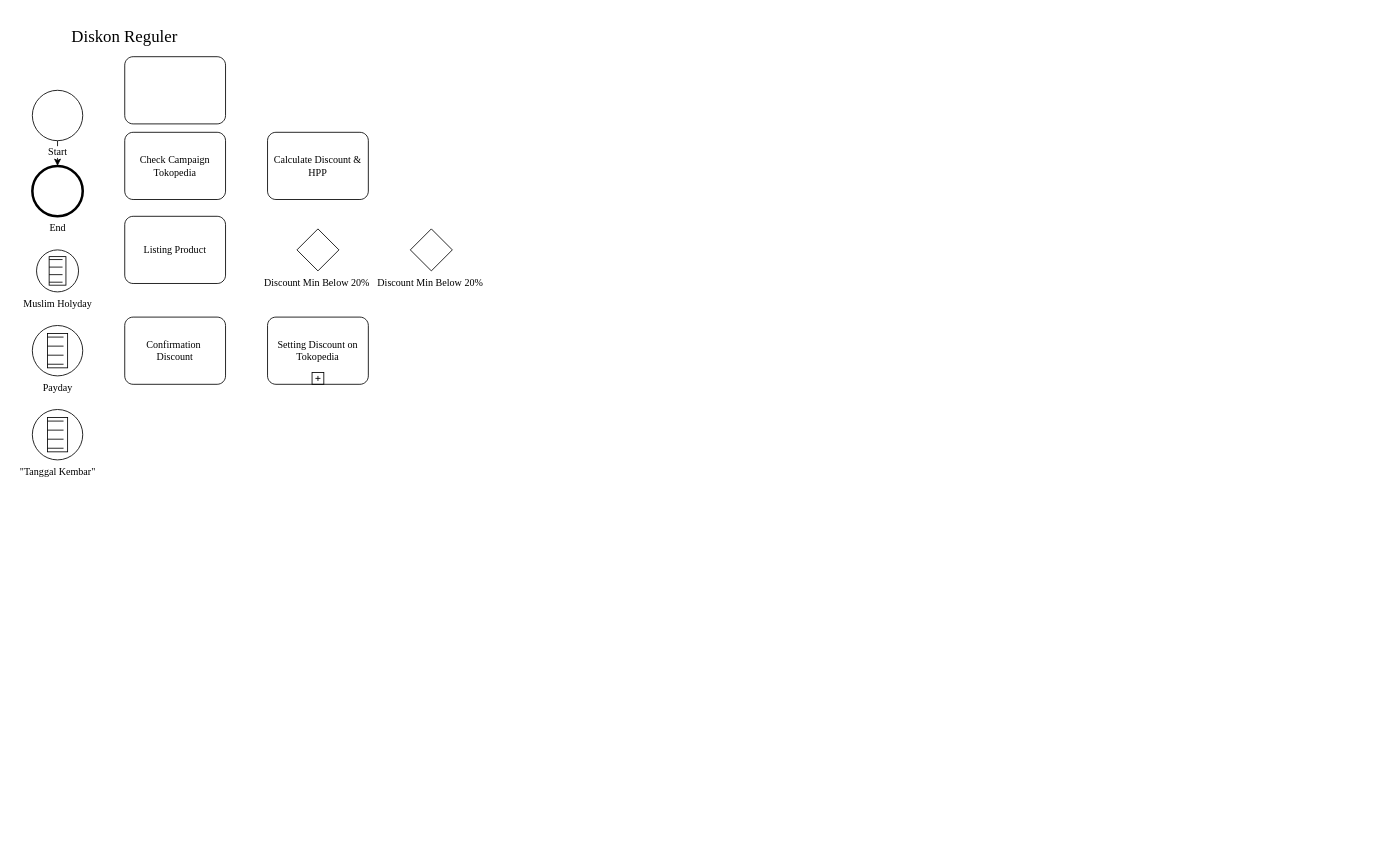
The draw.io diagram BPMN-KP-Coba.drawio in xoghub/diagrams, before the edit. Source tidied: cells renumbered, new cells numbered last; positions are measured from the earlier drawing's top-left corner, leaving out a move shared by most shapes. Both pictures are drawn from the tidied source at 84%, with x=0, y=0 at pixel (32, 14).
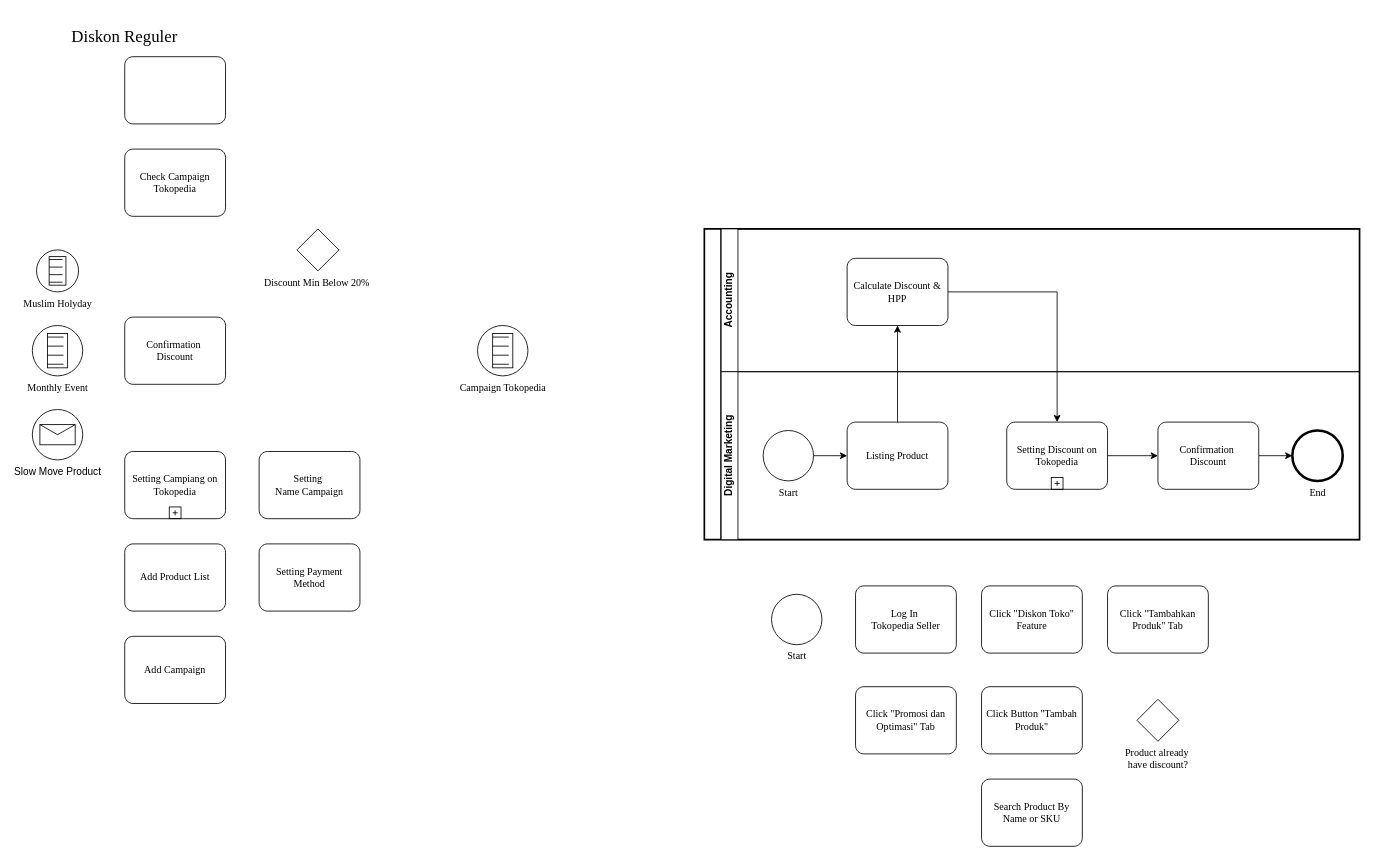
The same diagram, later.

The edit, as a diff of the source:
```diff
@@
-    <mxCell id="2" value="Listing Product" style="points=[[0.25,0,0],[0.5,0,0],[0.75,0,0],[1,0.25,0],[1,0.5,0],[1,0.75,0],[0.75,1,0],[0.5,1,0],[0.25,1,0],[0,0.75,0],[0,0.5,0],[0,0.25,0]];shape=mxgraph.bpmn.task;whiteSpace=wrap;rectStyle=rounded;size=10;html=1;taskMarker=abstract;fontFamily=Times New Roman;" parent="1" vertex="1">
-      <mxGeometry x="110" y="240" width="120" height="80" as="geometry" />
-    </mxCell>
@@
-    <mxCell id="4" style="edgeStyle=orthogonalEdgeStyle;rounded=0;jettySize=auto;html=1;fontFamily=Times New Roman;" parent="1" edge="1" source="5" target="9">
-      <mxGeometry relative="1" as="geometry" />
-    </mxCell>
-    <mxCell id="5" value="Start" style="points=[[0.145,0.145,0],[0.5,0,0],[0.855,0.145,0],[1,0.5,0],[0.855,0.855,0],[0.5,1,0],[0.145,0.855,0],[0,0.5,0]];shape=mxgraph.bpmn.event;html=1;verticalLabelPosition=bottom;labelBackgroundColor=#ffffff;verticalAlign=top;align=center;perimeter=ellipsePerimeter;outlineConnect=0;outline=standard;symbol=general;fontFamily=Times New Roman;" parent="1" vertex="1">
-      <mxGeometry y="90" width="60" height="60" as="geometry" />
-    </mxCell>
     <mxCell id="6" value="Check Campaign Tokopedia" style="shape=mxgraph.bpmn.task;whiteSpace=wrap;rectStyle=rounded;size=10;html=1;taskMarker=abstract;fontFamily=Times New Roman;" parent="1" vertex="1">
-      <mxGeometry x="110" y="140" width="120" height="80" as="geometry" />
+      <mxGeometry x="110" y="160" width="120" height="80" as="geometry" />
     </mxCell>
-    <mxCell id="7" value="Calculate Discount &amp;amp; HPP" style="points=[[0.25,0,0],[0.5,0,0],[0.75,0,0],[1,0.25,0],[1,0.5,0],[1,0.75,0],[0.75,1,0],[0.5,1,0],[0.25,1,0],[0,0.75,0],[0,0.5,0],[0,0.25,0]];shape=mxgraph.bpmn.task;whiteSpace=wrap;rectStyle=rounded;size=10;html=1;taskMarker=abstract;fontFamily=Times New Roman;" parent="1" vertex="1">
-      <mxGeometry x="280" y="140" width="120" height="80" as="geometry" />
-    </mxCell>
@@
-    <mxCell id="9" value="End" style="points=[[0.145,0.145,0],[0.5,0,0],[0.855,0.145,0],[1,0.5,0],[0.855,0.855,0],[0.5,1,0],[0.145,0.855,0],[0,0.5,0]];shape=mxgraph.bpmn.event;html=1;verticalLabelPosition=bottom;labelBackgroundColor=#ffffff;verticalAlign=top;align=center;perimeter=ellipsePerimeter;outlineConnect=0;outline=end;symbol=terminate2;fontFamily=Times New Roman;" parent="1" vertex="1">
-      <mxGeometry y="180" width="60" height="60" as="geometry" />
-    </mxCell>
-    <mxCell id="10" value="&lt;font&gt;Setting Discount on Tokopedia&lt;/font&gt;" style="points=[[0.25,0,0],[0.5,0,0],[0.75,0,0],[1,0.25,0],[1,0.5,0],[1,0.75,0],[0.75,1,0],[0.5,1,0],[0.25,1,0],[0,0.75,0],[0,0.5,0],[0,0.25,0]];shape=mxgraph.bpmn.task;whiteSpace=wrap;rectStyle=rounded;size=10;html=1;taskMarker=abstract;isLoopSub=1;fontFamily=Times New Roman;" parent="1" vertex="1">
-      <mxGeometry x="280" y="360" width="120" height="80" as="geometry" />
-    </mxCell>
@@
-    <mxCell id="12" value="&lt;font&gt;Discount Min Below 20%&amp;nbsp;&lt;/font&gt;" style="shape=mxgraph.bpmn.gateway2;html=1;verticalLabelPosition=bottom;labelBackgroundColor=#ffffff;verticalAlign=top;align=center;perimeter=rhombusPerimeter;outline=none;symbol=none;fontFamily=Times New Roman;" parent="1" vertex="1">
-      <mxGeometry x="450" y="255" width="50" height="50" as="geometry" />
+    <mxCell id="12" value="&lt;font&gt;Product already&amp;nbsp;&lt;/font&gt;&lt;div&gt;&lt;font&gt;have discount?&lt;/font&gt;&lt;/div&gt;" style="shape=mxgraph.bpmn.gateway2;html=1;verticalLabelPosition=bottom;labelBackgroundColor=#ffffff;verticalAlign=top;align=center;perimeter=rhombusPerimeter;outline=none;symbol=none;fontFamily=Times New Roman;" parent="1" vertex="1">
+      <mxGeometry x="1315" y="815" width="50" height="50" as="geometry" />
     </mxCell>
@@
-    <mxCell id="15" value="Payday" style="shape=mxgraph.bpmn.event;html=1;verticalLabelPosition=bottom;labelBackgroundColor=#ffffff;verticalAlign=top;align=center;perimeter=ellipsePerimeter;outline=standard;symbol=conditional;fontFamily=Times New Roman;" parent="1" vertex="1">
+    <mxCell id="15" value="Monthly Event" style="shape=mxgraph.bpmn.event;html=1;verticalLabelPosition=bottom;labelBackgroundColor=#ffffff;verticalAlign=top;align=center;perimeter=ellipsePerimeter;outline=standard;symbol=conditional;fontFamily=Times New Roman;" parent="1" vertex="1">
       <mxGeometry y="370" width="60" height="60" as="geometry" />
     </mxCell>
-    <mxCell id="16" value="&quot;Tanggal Kembar&quot;" style="shape=mxgraph.bpmn.event;html=1;verticalLabelPosition=bottom;labelBackgroundColor=#ffffff;verticalAlign=top;align=center;perimeter=ellipsePerimeter;outline=standard;symbol=conditional;fontFamily=Times New Roman;" parent="1" vertex="1">
-      <mxGeometry y="470" width="60" height="60" as="geometry" />
-    </mxCell>
+    <mxCell id="17" value="&lt;font&gt;Setting Campiang on Tokopedia&lt;/font&gt;" style="shape=mxgraph.bpmn.task;whiteSpace=wrap;rectStyle=rounded;size=10;html=1;taskMarker=abstract;isLoopSub=1;fontFamily=Times New Roman;" parent="1" vertex="1">
+      <mxGeometry x="110" y="520" width="120" height="80" as="geometry" />
+    </mxCell>
+    <mxCell id="18" value="Setting&amp;nbsp;&lt;div&gt;Name Campaign&lt;/div&gt;" style="shape=mxgraph.bpmn.task;whiteSpace=wrap;rectStyle=rounded;size=10;html=1;taskMarker=abstract;fontFamily=Times New Roman;" parent="1" vertex="1">
+      <mxGeometry x="270" y="520" width="120" height="80" as="geometry" />
+    </mxCell>
+    <mxCell id="19" value="&lt;div&gt;Add Product List&lt;/div&gt;" style="shape=mxgraph.bpmn.task;whiteSpace=wrap;rectStyle=rounded;size=10;html=1;taskMarker=abstract;fontFamily=Times New Roman;" parent="1" vertex="1">
+      <mxGeometry x="110" y="630" width="120" height="80" as="geometry" />
+    </mxCell>
+    <mxCell id="20" value="&lt;div&gt;Setting Payment Method&lt;/div&gt;" style="shape=mxgraph.bpmn.task;whiteSpace=wrap;rectStyle=rounded;size=10;html=1;taskMarker=abstract;fontFamily=Times New Roman;" parent="1" vertex="1">
+      <mxGeometry x="270" y="630" width="120" height="80" as="geometry" />
+    </mxCell>
+    <mxCell id="21" value="Add Campaign" style="shape=mxgraph.bpmn.task;whiteSpace=wrap;rectStyle=rounded;size=10;html=1;taskMarker=abstract;fontFamily=Times New Roman;" parent="1" vertex="1">
+      <mxGeometry x="110" y="740" width="120" height="80" as="geometry" />
+    </mxCell>
+    <mxCell id="22" value="Campaign Tokopedia" style="shape=mxgraph.bpmn.event;html=1;verticalLabelPosition=bottom;labelBackgroundColor=#ffffff;verticalAlign=top;align=center;perimeter=ellipsePerimeter;outline=standard;symbol=conditional;fontFamily=Times New Roman;" parent="1" vertex="1">
+      <mxGeometry x="530" y="370" width="60" height="60" as="geometry" />
+    </mxCell>
+    <mxCell id="23" value="Slow Move Product" style="shape=mxgraph.bpmn.event;html=1;verticalLabelPosition=bottom;labelBackgroundColor=#ffffff;verticalAlign=top;align=center;perimeter=ellipsePerimeter;outline=standard;symbol=message;" parent="1" vertex="1">
+      <mxGeometry y="470" width="60" height="60" as="geometry" />
+    </mxCell>
+    <mxCell id="24" style="swimlane;html=1;startSize=20;fontStyle=0;horizontal=0;swimlaneLine=1;swimlaneFillColor=#ffffff;strokeWidth=2;whiteSpace=wrap;" parent="1" vertex="1">
+      <mxGeometry x="800" y="255" width="780" height="370" as="geometry" />
+    </mxCell>
+    <mxCell id="25" value="Accounting" style="swimlane;startSize=20;horizontal=0;html=1;whiteSpace=wrap;" parent="24" vertex="1">
+      <mxGeometry x="20" width="760" height="170" as="geometry" />
+    </mxCell>
+    <mxCell id="7" value="Calculate Discount &amp;amp; HPP" style="points=[[0.25,0,0],[0.5,0,0],[0.75,0,0],[1,0.25,0],[1,0.5,0],[1,0.75,0],[0.75,1,0],[0.5,1,0],[0.25,1,0],[0,0.75,0],[0,0.5,0],[0,0.25,0]];shape=mxgraph.bpmn.task;whiteSpace=wrap;rectStyle=rounded;size=10;html=1;taskMarker=abstract;fontFamily=Times New Roman;" parent="25" vertex="1">
+      <mxGeometry x="150" y="35" width="120" height="80" as="geometry" />
+    </mxCell>
+    <mxCell id="26" value="Digital Marketing" style="swimlane;startSize=20;horizontal=0;html=1;whiteSpace=wrap;" parent="24" vertex="1">
+      <mxGeometry x="20" y="170" width="760" height="200" as="geometry" />
+    </mxCell>
+    <mxCell id="5" value="Start" style="points=[[0.145,0.145,0],[0.5,0,0],[0.855,0.145,0],[1,0.5,0],[0.855,0.855,0],[0.5,1,0],[0.145,0.855,0],[0,0.5,0]];shape=mxgraph.bpmn.event;html=1;verticalLabelPosition=bottom;labelBackgroundColor=#ffffff;verticalAlign=top;align=center;perimeter=ellipsePerimeter;outlineConnect=0;outline=standard;symbol=general;fontFamily=Times New Roman;" parent="26" vertex="1">
+      <mxGeometry x="50" y="70" width="60" height="60" as="geometry" />
+    </mxCell>
+    <mxCell id="2" value="Listing Product" style="points=[[0.25,0,0],[0.5,0,0],[0.75,0,0],[1,0.25,0],[1,0.5,0],[1,0.75,0],[0.75,1,0],[0.5,1,0],[0.25,1,0],[0,0.75,0],[0,0.5,0],[0,0.25,0]];shape=mxgraph.bpmn.task;whiteSpace=wrap;rectStyle=rounded;size=10;html=1;taskMarker=abstract;fontFamily=Times New Roman;" parent="26" vertex="1">
+      <mxGeometry x="150" y="60" width="120" height="80" as="geometry" />
+    </mxCell>
+    <mxCell id="27" style="edgeStyle=orthogonalEdgeStyle;rounded=0;jettySize=auto;html=1;entryX=0;entryY=0.5;entryDx=0;entryDy=0;entryPerimeter=0;" parent="26" edge="1" source="5" target="2">
+      <mxGeometry relative="1" as="geometry" />
+    </mxCell>
+    <mxCell id="10" value="&lt;font&gt;Setting Discount on Tokopedia&lt;/font&gt;" style="points=[[0.25,0,0],[0.5,0,0],[0.75,0,0],[1,0.25,0],[1,0.5,0],[1,0.75,0],[0.75,1,0],[0.5,1,0],[0.25,1,0],[0,0.75,0],[0,0.5,0],[0,0.25,0]];shape=mxgraph.bpmn.task;whiteSpace=wrap;rectStyle=rounded;size=10;html=1;taskMarker=abstract;isLoopSub=1;fontFamily=Times New Roman;" parent="26" vertex="1">
+      <mxGeometry x="340" y="60" width="120" height="80" as="geometry" />
+    </mxCell>
+    <mxCell id="9" value="End" style="points=[[0.145,0.145,0],[0.5,0,0],[0.855,0.145,0],[1,0.5,0],[0.855,0.855,0],[0.5,1,0],[0.145,0.855,0],[0,0.5,0]];shape=mxgraph.bpmn.event;html=1;verticalLabelPosition=bottom;labelBackgroundColor=#ffffff;verticalAlign=top;align=center;perimeter=ellipsePerimeter;outlineConnect=0;outline=end;symbol=terminate2;fontFamily=Times New Roman;" parent="26" vertex="1">
+      <mxGeometry x="680" y="70" width="60" height="60" as="geometry" />
+    </mxCell>
+    <mxCell id="28" style="edgeStyle=orthogonalEdgeStyle;rounded=0;jettySize=auto;html=1;" parent="26" edge="1" source="29" target="9">
+      <mxGeometry relative="1" as="geometry" />
+    </mxCell>
+    <mxCell id="29" value="&lt;font&gt;Confirmation&amp;nbsp;&lt;/font&gt;&lt;div&gt;&lt;font&gt;Discount&lt;/font&gt;&lt;/div&gt;" style="points=[[0.25,0,0],[0.5,0,0],[0.75,0,0],[1,0.25,0],[1,0.5,0],[1,0.75,0],[0.75,1,0],[0.5,1,0],[0.25,1,0],[0,0.75,0],[0,0.5,0],[0,0.25,0]];shape=mxgraph.bpmn.task;whiteSpace=wrap;rectStyle=rounded;size=10;html=1;taskMarker=abstract;fontFamily=Times New Roman;" parent="26" vertex="1">
+      <mxGeometry x="520" y="60" width="120" height="80" as="geometry" />
+    </mxCell>
+    <mxCell id="30" style="edgeStyle=orthogonalEdgeStyle;rounded=0;jettySize=auto;html=1;entryX=0;entryY=0.5;entryDx=0;entryDy=0;entryPerimeter=0;" parent="26" edge="1" source="10" target="29">
+      <mxGeometry relative="1" as="geometry" />
+    </mxCell>
+    <mxCell id="31" style="edgeStyle=orthogonalEdgeStyle;rounded=0;jettySize=auto;html=1;entryX=0.5;entryY=1;entryDx=0;entryDy=0;entryPerimeter=0;" parent="24" edge="1" source="2" target="7">
+      <mxGeometry relative="1" as="geometry" />
+    </mxCell>
+    <mxCell id="32" style="edgeStyle=orthogonalEdgeStyle;rounded=0;jettySize=auto;html=1;entryX=0.5;entryY=0;entryDx=0;entryDy=0;entryPerimeter=0;" parent="24" edge="1" source="7" target="10">
+      <mxGeometry relative="1" as="geometry" />
+    </mxCell>
+    <mxCell id="33" value="Start" style="shape=mxgraph.bpmn.event;html=1;verticalLabelPosition=bottom;labelBackgroundColor=#ffffff;verticalAlign=top;align=center;perimeter=ellipsePerimeter;outline=standard;symbol=general;fontFamily=Times New Roman;" parent="1" vertex="1">
+      <mxGeometry x="880" y="690" width="60" height="60" as="geometry" />
+    </mxCell>
+    <mxCell id="34" value="Log In&amp;nbsp;&lt;div&gt;Tokopedia Seller&lt;/div&gt;" style="shape=mxgraph.bpmn.task;whiteSpace=wrap;rectStyle=rounded;size=10;html=1;taskMarker=abstract;fontFamily=Times New Roman;" parent="1" vertex="1">
+      <mxGeometry x="980" y="680" width="120" height="80" as="geometry" />
+    </mxCell>
+    <mxCell id="35" value="Click &quot;Promosi dan Optimasi&quot; Tab" style="shape=mxgraph.bpmn.task;whiteSpace=wrap;rectStyle=rounded;size=10;html=1;taskMarker=abstract;fontFamily=Times New Roman;" parent="1" vertex="1">
+      <mxGeometry x="980" y="800" width="120" height="80" as="geometry" />
+    </mxCell>
+    <mxCell id="36" value="Click &quot;Diskon Toko&quot; Feature" style="shape=mxgraph.bpmn.task;whiteSpace=wrap;rectStyle=rounded;size=10;html=1;taskMarker=abstract;fontFamily=Times New Roman;" parent="1" vertex="1">
+      <mxGeometry x="1130" y="680" width="120" height="80" as="geometry" />
+    </mxCell>
+    <mxCell id="37" value="Click Button &quot;Tambah Produk&quot;" style="shape=mxgraph.bpmn.task;whiteSpace=wrap;rectStyle=rounded;size=10;html=1;taskMarker=abstract;fontFamily=Times New Roman;" parent="1" vertex="1">
+      <mxGeometry x="1130" y="800" width="120" height="80" as="geometry" />
+    </mxCell>
+    <mxCell id="38" value="Click &quot;Tambahkan Produk&quot; Tab" style="shape=mxgraph.bpmn.task;whiteSpace=wrap;rectStyle=rounded;size=10;html=1;taskMarker=abstract;fontFamily=Times New Roman;" parent="1" vertex="1">
+      <mxGeometry x="1280" y="680" width="120" height="80" as="geometry" />
+    </mxCell>
+    <mxCell id="39" value="Search Product By Name or SKU" style="shape=mxgraph.bpmn.task;whiteSpace=wrap;rectStyle=rounded;size=10;html=1;taskMarker=abstract;fontFamily=Times New Roman;" parent="1" vertex="1">
+      <mxGeometry x="1130" y="910" width="120" height="80" as="geometry" />
+    </mxCell>
```
